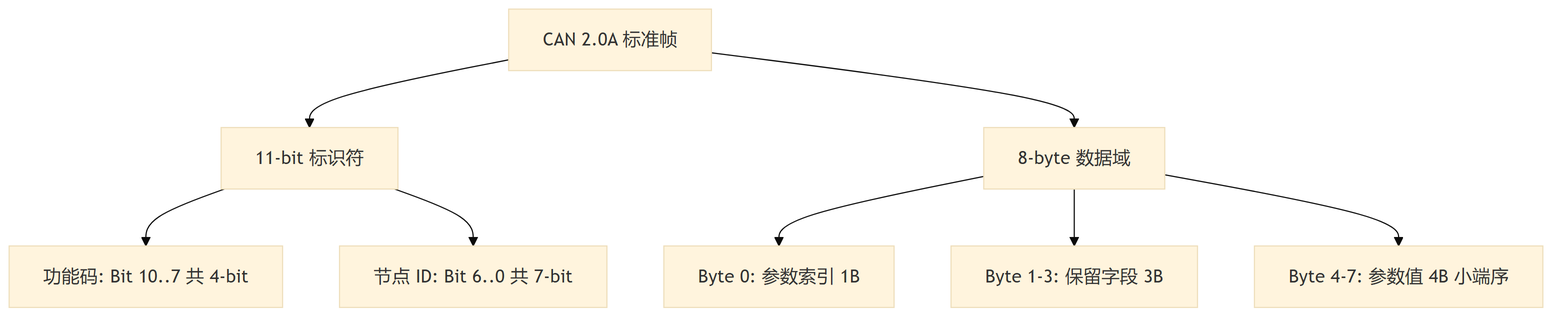
Before: Docs/images/can_frame_format.png, a diagram exported from Mermaid (yhy-lk/Intelligent_Greenhouse_Document). Its source is kept beside it as Docs/images/can_frame_format.mmd.
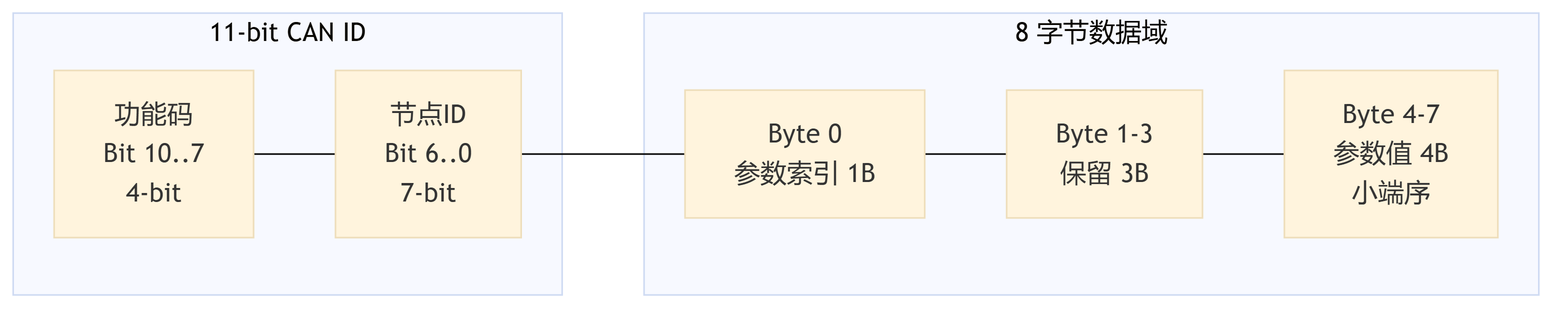
After the commit.

What changed in the source:
```diff
@@ -1,11 +1,16 @@
 %%{init: {'theme': 'base'}}%%
-graph TD
-    CAN["CAN 2.0A 标准帧"] --> ID["11-bit 标识符"]
-    CAN --> DATA["8-byte 数据域"]
+graph LR
+    subgraph CAN_ID["11-bit CAN ID"]
+        FUNC["功能码<br/>Bit 10..7<br/>4-bit"]
+        NODE["节点ID<br/>Bit 6..0<br/>7-bit"]
+    end
+    subgraph DATA["8 字节数据域"]
+        B0["Byte 0<br/>参数索引 1B"]
+        B1["Byte 1-3<br/>保留 3B"]
+        B2["Byte 4-7<br/>参数值 4B<br/>小端序"]
+    end
 
-    ID --> FUNC["功能码: Bit 10..7 共 4-bit"]
-    ID --> NODE["节点 ID: Bit 6..0 共 7-bit"]
-
-    DATA --> B0["Byte 0: 参数索引 1B"]
-    DATA --> B1["Byte 1-3: 保留字段 3B"]
-    DATA --> B2["Byte 4-7: 参数值 4B 小端序"]
+    FUNC --- NODE
+    NODE --- B0
+    B0 --- B1
+    B1 --- B2
```
